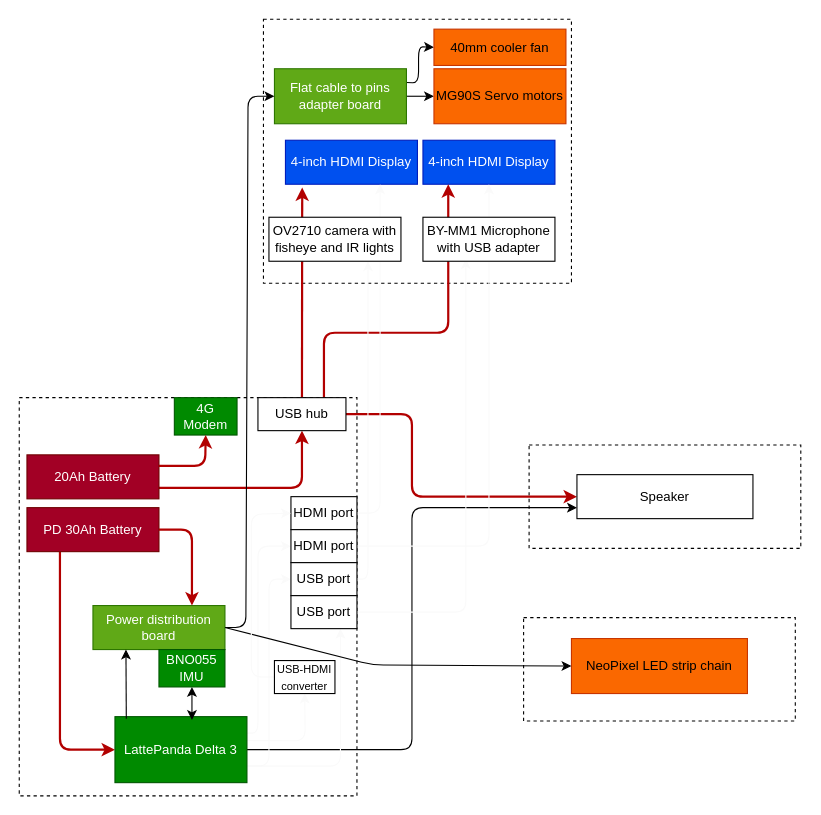
Above: Planning/Hardware.drawio in MekhyW/DYNAMO-Electronic_Fursuit-2.0 (draw.io), before the change. Source tidied: cells renumbered, new cells numbered last; positions are measured from the earlier drawing's top-left corner, leaving out a move shared by most shapes. Both pictures are drawn from the tidied source at 110%, with x=0, y=0 at pixel (19, 19).
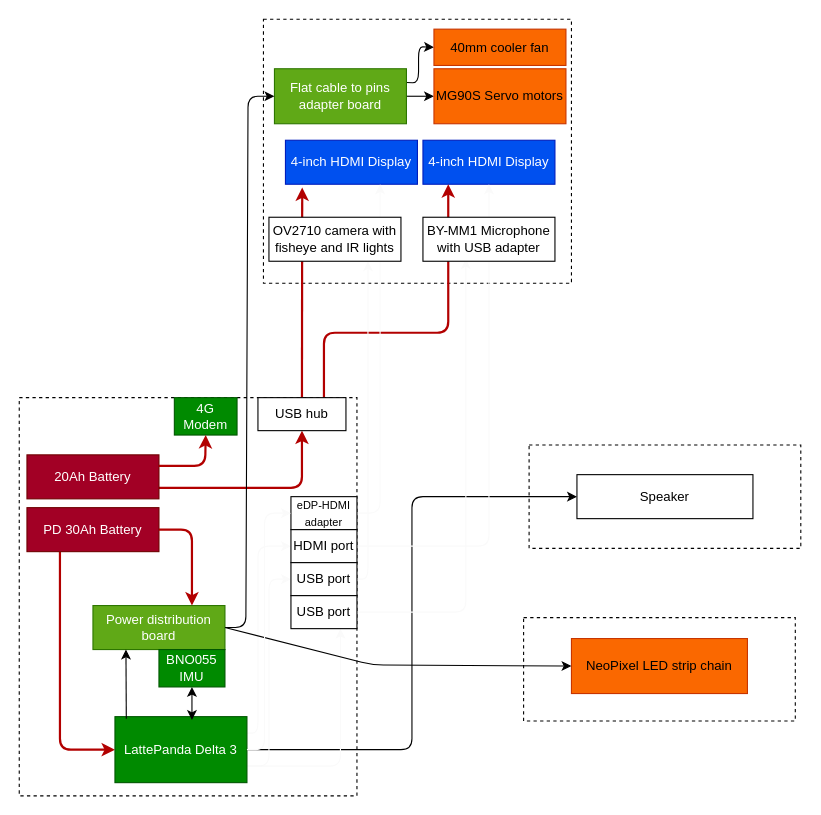
After the change.

Commit message (it also covers changes not shown here):
changed USB-HDMI adapter to eDP-HDMI

The change refers to these unchanged cells:
```xml
<mxCell id="20" value="LattePanda Delta 3" style="rounded=0;whiteSpace=wrap;html=1;fillColor=#008a00;fontColor=#ffffff;strokeColor=#005700;" parent="1" vertex="1">
  <mxGeometry x="87" y="634" width="120" height="60" as="geometry" />
</mxCell>
<mxCell id="33" value="USB hub" style="rounded=0;whiteSpace=wrap;html=1;" parent="1" vertex="1">
  <mxGeometry x="217" y="344" width="80" height="30" as="geometry" />
</mxCell>
<mxCell id="46" value="&lt;font style=&quot;&quot;&gt;Speaker&lt;/font&gt;" style="rounded=0;whiteSpace=wrap;html=1;" parent="1" vertex="1">
  <mxGeometry x="507" y="414" width="160" height="40" as="geometry" />
</mxCell>
```

The edit, as a diff of the source:
```diff
@@
-    <mxCell id="15" style="edgeStyle=none;html=1;exitX=1;exitY=0.5;exitDx=0;exitDy=0;entryX=0;entryY=0.75;entryDx=0;entryDy=0;" parent="1" edge="1" source="20" target="46">
+    <mxCell id="15" style="edgeStyle=none;html=1;exitX=1;exitY=0.5;exitDx=0;exitDy=0;entryX=0;entryY=0.5;entryDx=0;entryDy=0;" parent="1" edge="1" source="20" target="46">
       <mxGeometry relative="1" as="geometry">
         <Array as="points">
           <mxPoint x="357" y="664" />
-          <mxPoint x="357" y="444" />
+          <mxPoint x="357" y="434" />
         </Array>
       </mxGeometry>
     </mxCell>
@@
-    <mxCell id="17" style="edgeStyle=none;html=1;exitX=1;exitY=0.362;exitDx=0;exitDy=0;entryX=0.5;entryY=1;entryDx=0;entryDy=0;strokeColor=#FAFAFA;strokeWidth=1;fontSize=8;startArrow=none;startFill=0;exitPerimeter=0;" parent="1" edge="1" source="20" target="45">
-      <mxGeometry relative="1" as="geometry">
-        <Array as="points">
-          <mxPoint x="260" y="656" />
-        </Array>
-      </mxGeometry>
-    </mxCell>
@@
-    <mxCell id="27" style="edgeStyle=none;html=1;exitX=1;exitY=0.5;exitDx=0;exitDy=0;entryX=0;entryY=0.5;entryDx=0;entryDy=0;fillColor=#e51400;strokeColor=#B20000;strokeWidth=2;" parent="1" edge="1" source="33" target="46">
-      <mxGeometry relative="1" as="geometry">
-        <Array as="points">
-          <mxPoint x="357" y="359" />
-          <mxPoint x="357" y="434" />
-        </Array>
-      </mxGeometry>
-    </mxCell>
@@
-    <mxCell id="35" value="HDMI port" style="rounded=0;whiteSpace=wrap;html=1;" parent="1" vertex="1">
+    <mxCell id="35" value="&lt;span style=&quot;font-size: 10px;&quot;&gt;eDP-HDMI adapter&lt;/span&gt;" style="rounded=0;whiteSpace=wrap;html=1;" parent="1" vertex="1">
       <mxGeometry x="247" y="434" width="60" height="30" as="geometry" />
     </mxCell>
@@
-    <mxCell id="44" style="edgeStyle=none;html=1;exitX=0;exitY=0.5;exitDx=0;exitDy=0;entryX=0;entryY=0.5;entryDx=0;entryDy=0;strokeColor=#FAFAFA;strokeWidth=1;fontSize=8;startArrow=none;startFill=0;" parent="1" edge="1" source="45" target="35">
+    <mxCell id="44" style="edgeStyle=none;html=1;exitX=1;exitY=0.5;exitDx=0;exitDy=0;entryX=0;entryY=0.5;entryDx=0;entryDy=0;strokeColor=#FAFAFA;strokeWidth=1;fontSize=8;startArrow=none;startFill=0;" parent="1" edge="1" source="20" target="35">
       <mxGeometry relative="1" as="geometry">
         <Array as="points">
-          <mxPoint x="211" y="598" />
-          <mxPoint x="211" y="450" />
+          <mxPoint x="223" y="664" />
+          <mxPoint x="223" y="449" />
         </Array>
       </mxGeometry>
     </mxCell>
-    <mxCell id="45" value="&lt;font style=&quot;font-size: 10px;&quot;&gt;USB-HDMI converter&lt;/font&gt;" style="rounded=0;whiteSpace=wrap;html=1;" parent="1" vertex="1">
-      <mxGeometry x="232" y="583" width="55" height="30" as="geometry" />
-    </mxCell>
```
